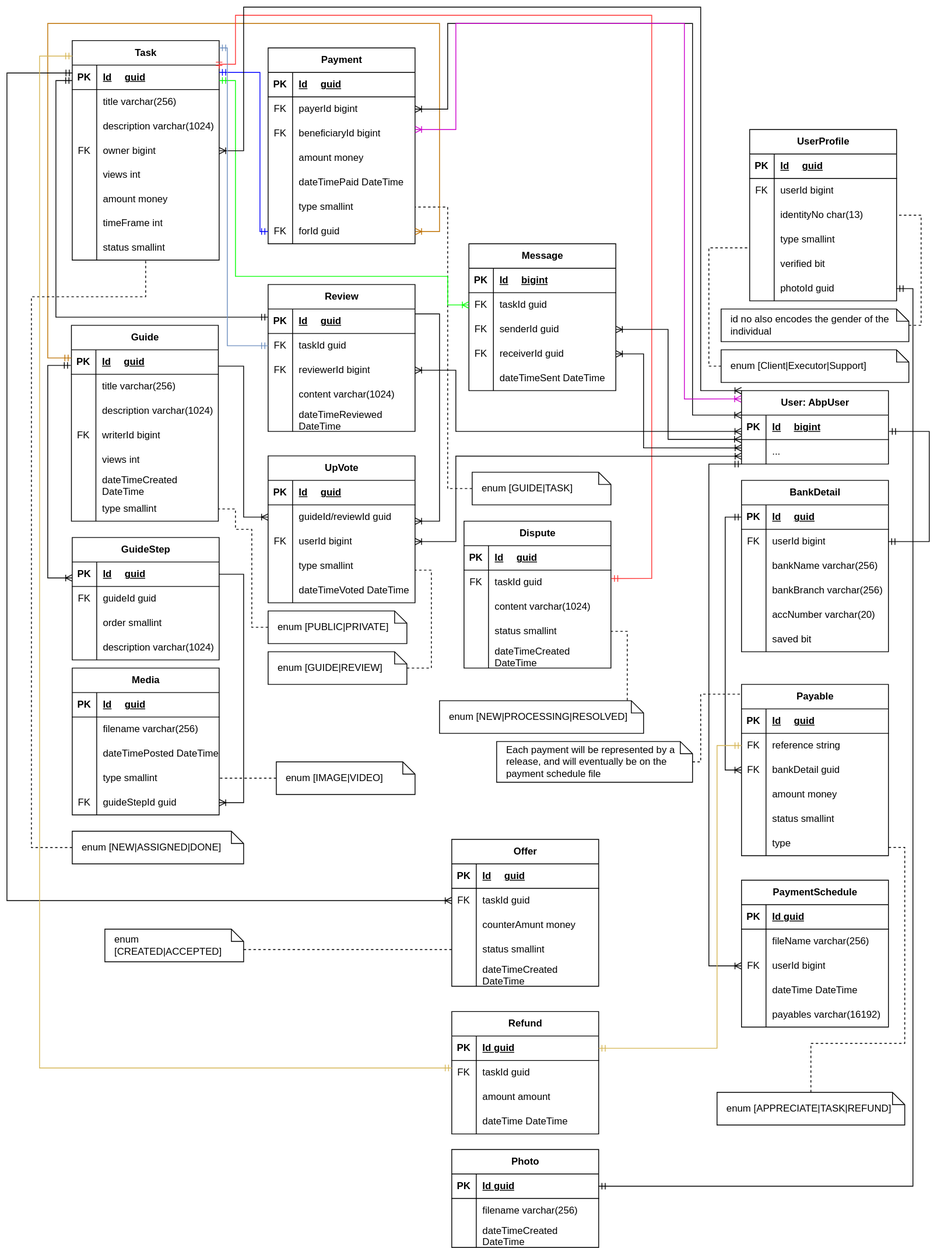
The draw.io diagram docs/assets/howto-domain.svg in teboho/how-to, before a commit. Source tidied: cells renumbered, new cells last; positions are measured from the earlier drawing's top-left corner, leaving out a move shared by most shapes.
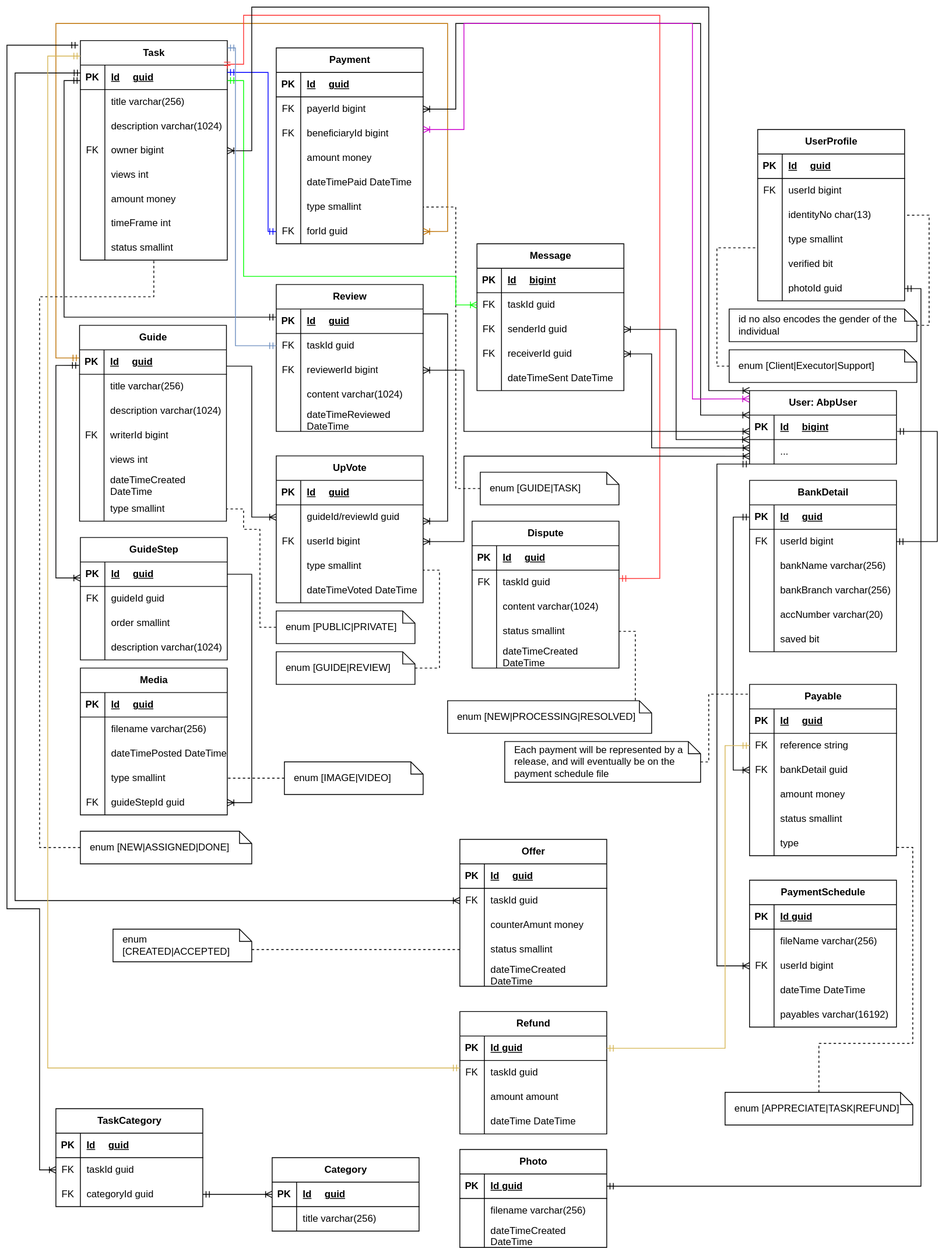
After the commit.

Change to the diagram source:
```diff
@@ -1174,5 +1174,69 @@
     <mxCell id="328" style="edgeStyle=orthogonalEdgeStyle;rounded=0;jettySize=auto;html=1;entryX=1;entryY=0.5;entryDx=0;entryDy=0;endArrow=ERmandOne;endFill=0;startArrow=ERmandOne;startFill=0;" parent="1" edge="1" source="319" target="234">
       <mxGeometry relative="1" as="geometry" />
     </mxCell>
+    <mxCell id="329" value="TaskCategory" style="shape=table;startSize=30;rowLines=0;fontStyle=1;align=center;html=1;" parent="1" vertex="1">
+      <mxGeometry x="50" y="1350" width="180" height="120" as="geometry" />
+    </mxCell>
+    <mxCell id="330" style="shape=tableRow;horizontal=0;startSize=0;swimlaneHead=0;swimlaneBody=0;fillColor=none;top=0;left=0;right=0;bottom=1;" parent="329" vertex="1">
+      <mxGeometry y="30" width="180" height="30" as="geometry" />
+    </mxCell>
+    <mxCell id="331" value="PK" style="shape=partialRectangle;fillColor=none;top=0;left=0;bottom=0;right=0;fontStyle=1;overflow=hidden;whiteSpace=wrap;html=1;" parent="330" vertex="1">
+      <mxGeometry width="30" height="30" as="geometry" />
+    </mxCell>
+    <mxCell id="332" value="Id&lt;span style=&quot;white-space: pre;&quot;&gt;&#9;&lt;/span&gt;guid" style="shape=partialRectangle;fillColor=none;top=0;left=0;bottom=0;right=0;align=left;spacingLeft=6;fontStyle=5;overflow=hidden;whiteSpace=wrap;html=1;" parent="330" vertex="1">
+      <mxGeometry x="30" width="150" height="30" as="geometry" />
+    </mxCell>
+    <mxCell id="333" style="shape=tableRow;horizontal=0;startSize=0;swimlaneHead=0;swimlaneBody=0;fillColor=none;points=[[0,0.5],[1,0.5]];portConstraint=eastwest;top=0;left=0;right=0;bottom=0;" parent="329" vertex="1">
+      <mxGeometry y="60" width="180" height="30" as="geometry" />
+    </mxCell>
+    <mxCell id="334" value="FK" style="shape=partialRectangle;fillColor=none;top=0;left=0;bottom=0;right=0;overflow=hidden;whiteSpace=wrap;html=1;" parent="333" vertex="1">
+      <mxGeometry width="30" height="30" as="geometry" />
+    </mxCell>
+    <mxCell id="335" value="taskId guid" style="shape=partialRectangle;fillColor=none;top=0;left=0;bottom=0;right=0;align=left;spacingLeft=6;overflow=hidden;whiteSpace=wrap;html=1;" parent="333" vertex="1">
+      <mxGeometry x="30" width="150" height="30" as="geometry" />
+    </mxCell>
+    <mxCell id="336" style="shape=tableRow;horizontal=0;startSize=0;swimlaneHead=0;swimlaneBody=0;fillColor=none;points=[[0,0.5],[1,0.5]];portConstraint=eastwest;top=0;left=0;right=0;bottom=0;" parent="329" vertex="1">
+      <mxGeometry y="90" width="180" height="30" as="geometry" />
+    </mxCell>
+    <mxCell id="337" value="FK" style="shape=partialRectangle;fillColor=none;top=0;left=0;bottom=0;right=0;overflow=hidden;whiteSpace=wrap;html=1;" parent="336" vertex="1">
+      <mxGeometry width="30" height="30" as="geometry" />
+    </mxCell>
+    <mxCell id="338" value="categoryId guid" style="shape=partialRectangle;fillColor=none;top=0;left=0;bottom=0;right=0;align=left;spacingLeft=6;overflow=hidden;whiteSpace=wrap;html=1;" parent="336" vertex="1">
+      <mxGeometry x="30" width="150" height="30" as="geometry" />
+    </mxCell>
+    <mxCell id="339" value="Category" style="shape=table;startSize=30;rowLines=0;fontStyle=1;align=center;html=1;" parent="1" vertex="1">
+      <mxGeometry x="315" y="1410" width="180" height="90" as="geometry" />
+    </mxCell>
+    <mxCell id="340" style="shape=tableRow;horizontal=0;startSize=0;swimlaneHead=0;swimlaneBody=0;fillColor=none;points=[[0,0.5],[1,0.5]];portConstraint=eastwest;top=0;left=0;right=0;bottom=1;" parent="339" vertex="1">
+      <mxGeometry y="30" width="180" height="30" as="geometry" />
+    </mxCell>
+    <mxCell id="341" value="PK" style="shape=partialRectangle;fillColor=none;top=0;left=0;bottom=0;right=0;fontStyle=1;overflow=hidden;whiteSpace=wrap;html=1;" parent="340" vertex="1">
+      <mxGeometry width="30" height="30" as="geometry" />
+    </mxCell>
+    <mxCell id="342" value="Id&lt;span style=&quot;white-space: pre;&quot;&gt;&#9;&lt;/span&gt;guid" style="shape=partialRectangle;fillColor=none;top=0;left=0;bottom=0;right=0;align=left;spacingLeft=6;fontStyle=5;overflow=hidden;whiteSpace=wrap;html=1;" parent="340" vertex="1">
+      <mxGeometry x="30" width="150" height="30" as="geometry" />
+    </mxCell>
+    <mxCell id="343" style="shape=tableRow;horizontal=0;startSize=0;swimlaneHead=0;swimlaneBody=0;fillColor=none;top=0;left=0;right=0;bottom=0;" parent="339" vertex="1">
+      <mxGeometry y="60" width="180" height="30" as="geometry" />
+    </mxCell>
+    <mxCell id="344" style="shape=partialRectangle;fillColor=none;top=0;left=0;bottom=0;right=0;overflow=hidden;whiteSpace=wrap;html=1;" parent="343" vertex="1">
+      <mxGeometry width="30" height="30" as="geometry" />
+    </mxCell>
+    <mxCell id="345" value="title varchar(256)" style="shape=partialRectangle;fillColor=none;top=0;left=0;bottom=0;right=0;align=left;spacingLeft=6;overflow=hidden;whiteSpace=wrap;html=1;" parent="343" vertex="1">
+      <mxGeometry x="30" width="150" height="30" as="geometry" />
+    </mxCell>
+    <mxCell id="346" style="edgeStyle=orthogonalEdgeStyle;rounded=0;jettySize=auto;html=1;entryX=0;entryY=0.5;entryDx=0;entryDy=0;endArrow=ERoneToMany;endFill=0;startArrow=ERmandOne;startFill=0;" parent="1" edge="1" source="336" target="340">
+      <mxGeometry relative="1" as="geometry" />
+    </mxCell>
+    <mxCell id="347" style="edgeStyle=orthogonalEdgeStyle;fontSize=12;html=1;endArrow=ERoneToMany;rounded=0;exitX=-0.014;exitY=0.021;exitDx=0;exitDy=0;exitPerimeter=0;startArrow=ERmandOne;startFill=0;entryX=0;entryY=0.5;entryDx=0;entryDy=0;" parent="1" edge="1" source="2" target="333">
+      <mxGeometry relative="1" as="geometry">
+        <Array as="points">
+          <mxPoint x="-10" y="47" />
+          <mxPoint x="-10" y="1105" />
+          <mxPoint x="30" y="1105" />
+          <mxPoint x="30" y="1425" />
+        </Array>
+      </mxGeometry>
+    </mxCell>
   </root>
 </mxGraphModel>
```
